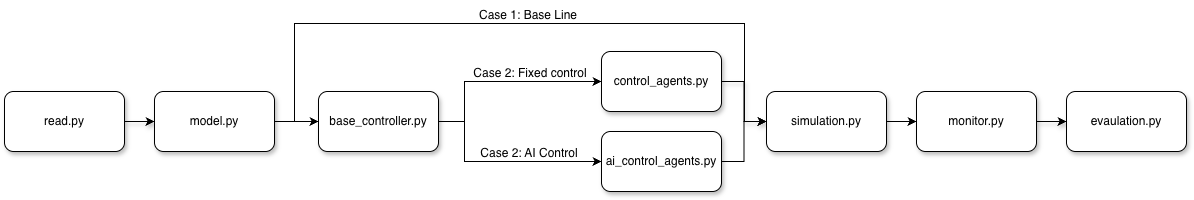
Earlier version of the draw.io export roadmap.png (arsiboo/production-flow-network-simulation). Source tidied: cells renumbered, new cells last; positions are measured from the earlier drawing's top-left corner, leaving out a move shared by most shapes.
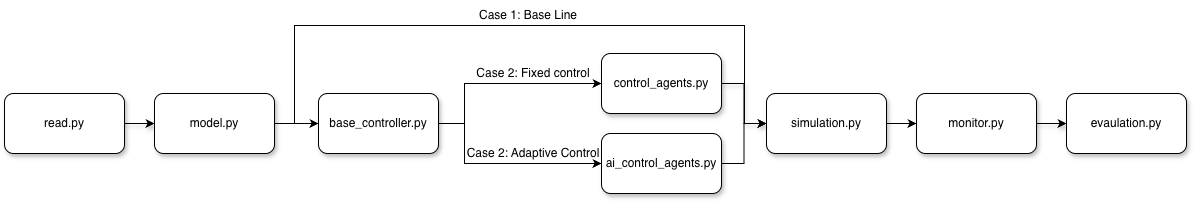
Later version of the same file.

Diff of the diagram source:
```diff
@@ -71,13 +71,13 @@
       <mxGeometry x="314" y="91" width="120" height="60" as="geometry" />
     </mxCell>
     <mxCell id="19" value="Case 1: Base Line" style="text;html=1;whiteSpace=wrap;strokeColor=none;fillColor=none;align=center;verticalAlign=middle;rounded=0;" parent="1" vertex="1">
-      <mxGeometry x="469" width="110" height="30" as="geometry" />
+      <mxGeometry x="469" y="-2" width="110" height="30" as="geometry" />
     </mxCell>
     <mxCell id="20" value="Case 2: Fixed control" style="text;html=1;whiteSpace=wrap;strokeColor=none;fillColor=none;align=center;verticalAlign=middle;rounded=0;" parent="1" vertex="1">
-      <mxGeometry x="461" y="58" width="130" height="30" as="geometry" />
+      <mxGeometry x="464" y="56" width="130" height="30" as="geometry" />
     </mxCell>
-    <mxCell id="21" value="Case 2: AI Control" style="text;html=1;whiteSpace=wrap;strokeColor=none;fillColor=none;align=center;verticalAlign=middle;rounded=0;" parent="1" vertex="1">
-      <mxGeometry x="470" y="138" width="110" height="30" as="geometry" />
+    <mxCell id="21" value="Case 2: Adaptive Control" style="text;html=1;whiteSpace=wrap;strokeColor=none;fillColor=none;align=center;verticalAlign=middle;rounded=0;" parent="1" vertex="1">
+      <mxGeometry x="459" y="136" width="140" height="30" as="geometry" />
     </mxCell>
   </root>
 </mxGraphModel>
```
